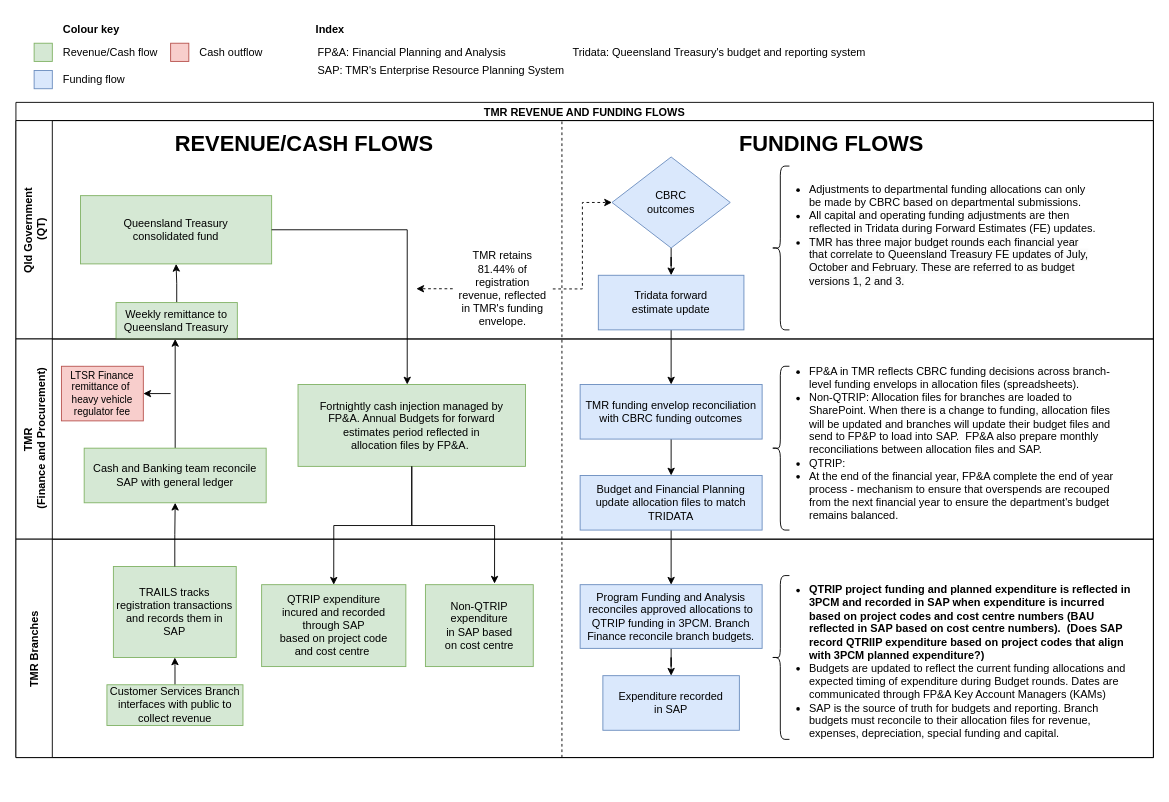
Above: page "Financial process" (2 of 6) of QTRIP and financial mapping.drawio in tzforster/great-suppository-name (draw.io), before the change. Source tidied: cells renumbered, new cells numbered last; positions are measured from the earlier drawing's top-left corner, leaving out a move shared by most shapes. Both pictures are drawn from the tidied source at 91%, with x=0, y=0 at pixel (15, 15).
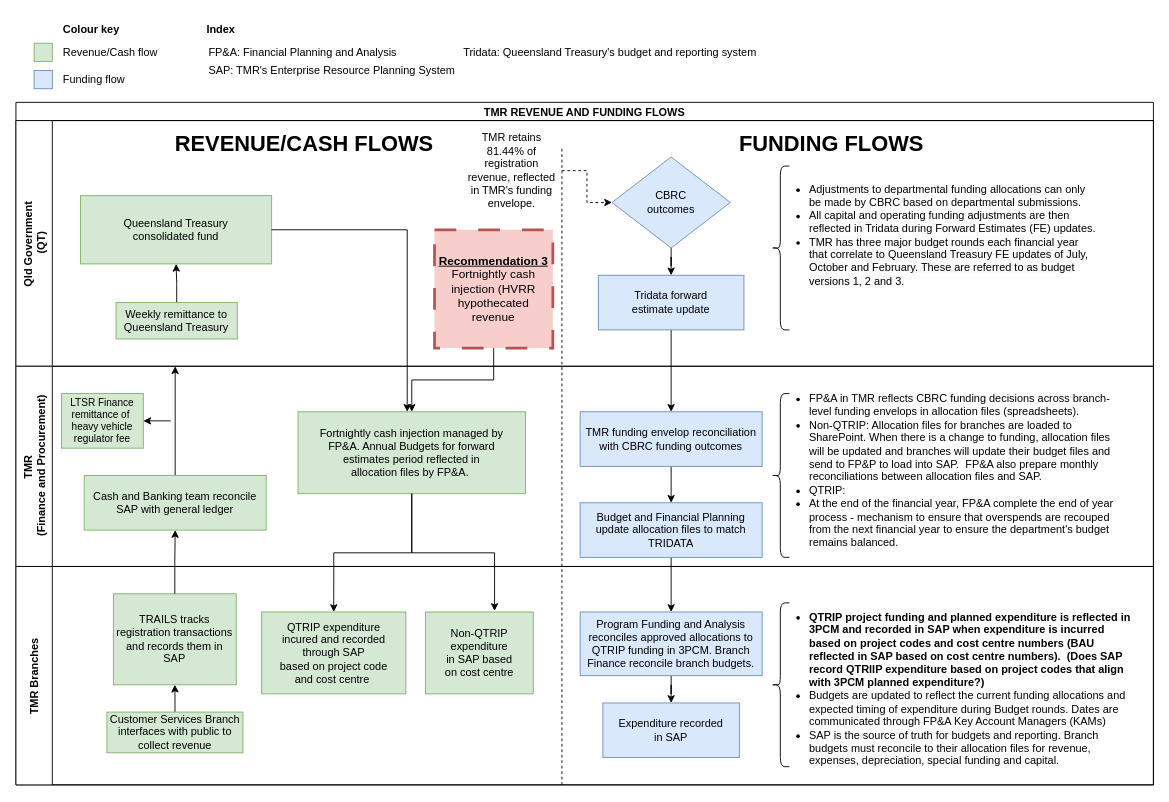
The same page after the edit.

Unchanged cells that the change refers to:
```xml
<mxCell id="26" value="Fortnightly cash injection managed by&lt;br&gt;FP&amp;amp;A. Annual Budgets for forward&lt;br&gt;estimates period reflected in&lt;br&gt;allocation files by FP&amp;amp;A.&amp;nbsp;" style="rounded=0;whiteSpace=wrap;html=1;fixedSize=1;strokeWidth=1;fontFamily=Helvetica;fontSize=12;fillColor=#d5e8d4;strokeColor=#82b366;" parent="20" vertex="1">
  <mxGeometry x="310" y="50" width="250" height="90" as="geometry" />
</mxCell>
```

Change to the diagram source:
```diff
@@
     <mxCell id="2" value="TMR REVENUE AND FUNDING FLOWS" style="swimlane;horizontal=1;startSize=20;strokeWidth=1;" parent="1" vertex="1">
-      <mxGeometry y="95" width="1250" height="720" as="geometry" />
+      <mxGeometry y="95" width="1250" height="750" as="geometry" />
     </mxCell>
@@
     <mxCell id="5" value="Qld Government&#10; (QT)" style="swimlane;startSize=40;horizontal=0;strokeWidth=1;" parent="2" vertex="1">
-      <mxGeometry y="20" width="1250" height="240" as="geometry" />
+      <mxGeometry y="20" width="1250" height="270" as="geometry" />
     </mxCell>
@@
     <mxCell id="17" value="TMR retains 81.44% of registration revenue, reflected in TMR's funding envelope." style="text;html=1;strokeColor=none;fillColor=none;align=center;verticalAlign=middle;whiteSpace=wrap;rounded=0;" parent="5" vertex="1">
-      <mxGeometry x="480" y="170" width="110" height="30" as="geometry" />
+      <mxGeometry x="490" y="40" width="110" height="30" as="geometry" />
     </mxCell>
-    <mxCell id="18" style="edgeStyle=orthogonalEdgeStyle;rounded=0;orthogonalLoop=1;jettySize=auto;html=1;fontSize=11;fontColor=#CC0000;dashed=1;" parent="5" edge="1">
-      <mxGeometry y="20" relative="1" as="geometry">
-        <mxPoint x="480" y="184.8" as="sourcePoint" />
-        <mxPoint x="440" y="184.8" as="targetPoint" />
-        <Array as="points">
-          <mxPoint x="470" y="184.8" />
-          <mxPoint x="470" y="184.8" />
-        </Array>
-      </mxGeometry>
-    </mxCell>
+    <mxCell id="58" value="&lt;b&gt;&lt;u&gt;Recommendation 3&lt;/u&gt;&lt;/b&gt;&lt;br style=&quot;font-size: 13px;&quot;&gt;Fortnightly cash injection (HVRR hypothecated revenue" style="whiteSpace=wrap;html=1;dashed=1;dashPattern=8 8;strokeWidth=3;fontSize=13;fillColor=#f8cecc;strokeColor=#b85450;" parent="5" vertex="1">
+      <mxGeometry x="460" y="120" width="130" height="130" as="geometry" />
+    </mxCell>
@@
     <mxCell id="20" value="TMR&#10; (Finance and Procurement)" style="swimlane;startSize=40;horizontal=0;strokeWidth=1;" parent="2" vertex="1">
-      <mxGeometry y="260" width="1250" height="220" as="geometry" />
+      <mxGeometry y="290" width="1250" height="220" as="geometry" />
     </mxCell>
@@
-    <mxCell id="30" value="LTSR Finance&lt;br&gt;remittance of&amp;nbsp; heavy vehicle regulator fee" style="rounded=0;whiteSpace=wrap;html=1;fontSize=11;fillColor=#f8cecc;strokeColor=#b85450;" parent="20" vertex="1">
+    <mxCell id="30" value="LTSR Finance&lt;br&gt;remittance of&amp;nbsp; heavy vehicle regulator fee" style="rounded=0;whiteSpace=wrap;html=1;fontSize=11;fillColor=#d5e8d4;strokeColor=#82b366;" parent="20" vertex="1">
       <mxGeometry x="50" y="30" width="90" height="60" as="geometry" />
     </mxCell>
@@
     <mxCell id="32" value="TMR Branches" style="swimlane;startSize=40;horizontal=0;strokeWidth=1;" parent="2" vertex="1">
-      <mxGeometry y="480" width="1250" height="240" as="geometry" />
+      <mxGeometry y="510" width="1250" height="240" as="geometry" />
     </mxCell>
@@
+    <mxCell id="59" style="edgeStyle=orthogonalEdgeStyle;rounded=0;jettySize=auto;html=1;entryX=0.5;entryY=0;entryDx=0;entryDy=0;fontSize=13;" parent="2" edge="1" source="58" target="26">
+      <mxGeometry relative="1" as="geometry" />
+    </mxCell>
@@
-    <mxCell id="51" style="rounded=0;whiteSpace=wrap;html=1;fillColor=#f8cecc;strokeColor=#b85450;" parent="1" vertex="1">
-      <mxGeometry x="170" y="30" width="20" height="20" as="geometry" />
-    </mxCell>
-    <mxCell id="52" value="Cash outflow" style="text;html=1;align=left;verticalAlign=middle;strokeColor=none;fillColor=none;" parent="1" vertex="1">
-      <mxGeometry x="200" y="25" width="90" height="30" as="geometry" />
-    </mxCell>
@@
     <mxCell id="54" value="Index" style="text;html=1;align=center;verticalAlign=middle;strokeColor=none;fillColor=none;fontSize=12;fontStyle=1;" parent="1" vertex="1">
-      <mxGeometry x="320" width="50" height="30" as="geometry" />
+      <mxGeometry x="200" width="50" height="30" as="geometry" />
     </mxCell>
     <mxCell id="55" value="FP&amp;amp;A: Financial Planning and Analysis" style="text;html=1;align=left;verticalAlign=middle;strokeColor=none;fillColor=none;" parent="1" vertex="1">
-      <mxGeometry x="330" y="25" width="230" height="30" as="geometry" />
+      <mxGeometry x="210" y="25" width="230" height="30" as="geometry" />
     </mxCell>
     <mxCell id="56" value="SAP: TMR's Enterprise Resource Planning System" style="text;html=1;align=left;verticalAlign=middle;strokeColor=none;fillColor=none;" parent="1" vertex="1">
-      <mxGeometry x="330" y="45" width="290" height="30" as="geometry" />
+      <mxGeometry x="210" y="45" width="290" height="30" as="geometry" />
     </mxCell>
     <mxCell id="57" value="Tridata: Queensland Treasury's budget and reporting system" style="text;html=1;align=left;verticalAlign=middle;strokeColor=none;fillColor=none;" parent="1" vertex="1">
-      <mxGeometry x="610" y="25" width="350" height="30" as="geometry" />
+      <mxGeometry x="490" y="25" width="350" height="30" as="geometry" />
     </mxCell>
```
